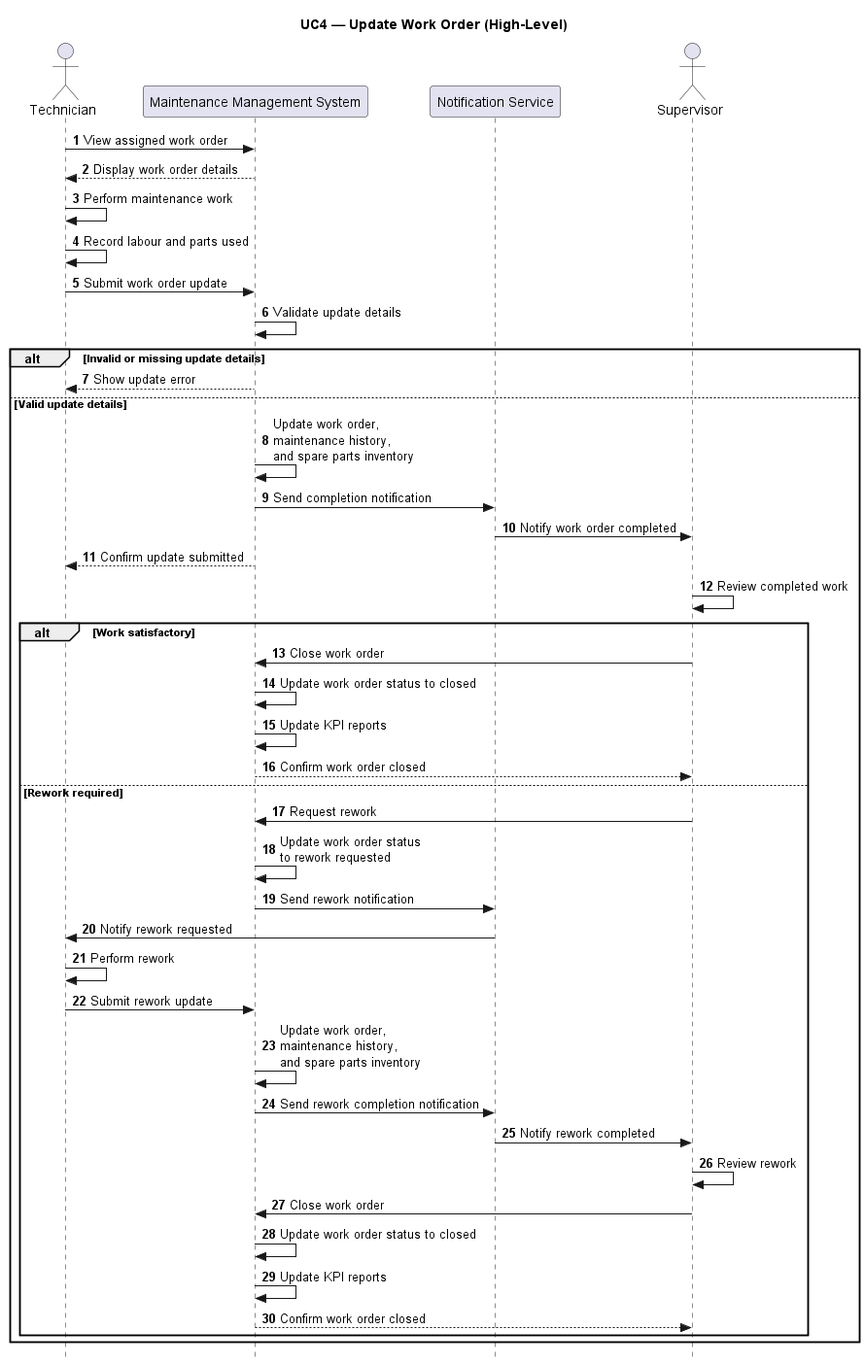
This is uml/Interactions/sequence_diagrams/UC4_HighLevel_Update_Work_Order.png from xalameen8633-dotcom/Software-engineering-project, a PlantUML export, as it was before one commit.
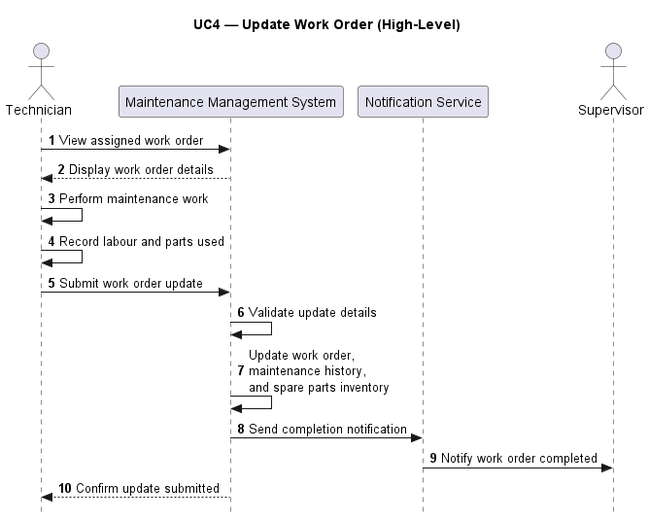
Later version of the same file.

Change to the diagram source:
```diff
@@ -17,42 +17,9 @@
 
 Technician -> MMS : Submit work order update
 MMS -> MMS : Validate update details
-
-alt Invalid or missing update details
-    MMS --> Technician : Show update error
-
-else Valid update details
-    MMS -> MMS : Update work order,\nmaintenance history,\nand spare parts inventory
-    MMS -> Notif : Send completion notification
-    Notif -> Supervisor : Notify work order completed
-    MMS --> Technician : Confirm update submitted
-
-    Supervisor -> Supervisor : Review completed work
-
-    alt Work satisfactory
-        Supervisor -> MMS : Close work order
-        MMS -> MMS : Update work order status to closed
-        MMS -> MMS : Update KPI reports
-        MMS --> Supervisor : Confirm work order closed
-
-    else Rework required
-        Supervisor -> MMS : Request rework
-        MMS -> MMS : Update work order status\nto rework requested
-        MMS -> Notif : Send rework notification
-        Notif -> Technician : Notify rework requested
-
-        Technician -> Technician : Perform rework
-        Technician -> MMS : Submit rework update
-        MMS -> MMS : Update work order,\nmaintenance history,\nand spare parts inventory
-        MMS -> Notif : Send rework completion notification
-        Notif -> Supervisor : Notify rework completed
-
-        Supervisor -> Supervisor : Review rework
-        Supervisor -> MMS : Close work order
-        MMS -> MMS : Update work order status to closed
-        MMS -> MMS : Update KPI reports
-        MMS --> Supervisor : Confirm work order closed
-    end
-end
+MMS -> MMS : Update work order,\nmaintenance history,\nand spare parts inventory
+MMS -> Notif : Send completion notification
+Notif -> Supervisor : Notify work order completed
+MMS --> Technician : Confirm update submitted
 
 @enduml
```
